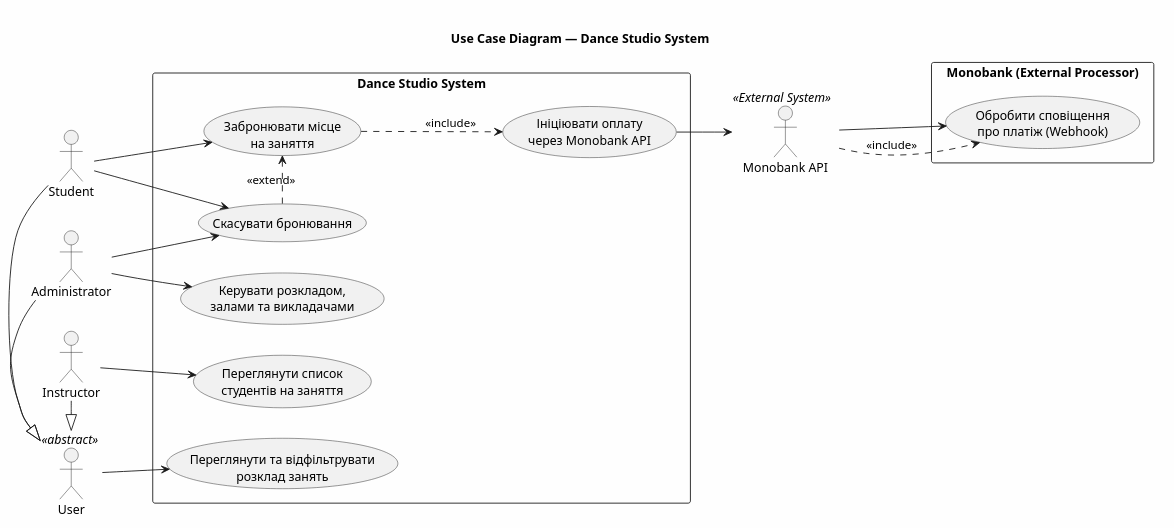
The PlantUML diagram lab2/useCaseDiagram.png in prashchukdanylo-stack/software-requirements-modeling-and-analysis, before a commit. Its source is kept beside it as lab2/useCaseDiagram.puml. The source it was exported from:
```plantuml
@startuml

skinparam actorStyle stickman
skinparam packageStyle rectangle
left to right direction
title Use Case Diagram — Dance Studio System

actor "User" as U << abstract >>
actor "Student" as S
actor "Administrator" as Admin
actor "Instructor" as Instructor
actor "Monobank API" as MonoPay << External System >>

S -|> U
Admin -|> U
Instructor -|> U

rectangle "Dance Studio System" {
  usecase "Переглянути та відфільтрувати\nрозклад занять" as UC_View
  usecase "Забронювати місце\nна заняття" as UC_Book
  usecase "Ініціювати оплату\nчерез Monobank API" as UC_Pay
  usecase "Скасувати бронювання" as UC_Cancel
  usecase "Переглянути список\nстудентів на заняття" as UC_List
  usecase "Керувати розкладом,\nзалами та викладачами" as UC_Manage
}

rectangle "Monobank (External Processor)" {
  usecase "Обробити сповіщення\nпро платіж (Webhook)" as UC_Webhook
}

U --> UC_View

S --> UC_Book
S --> UC_Cancel

Instructor --> UC_List

Admin --> UC_Manage
Admin --> UC_Cancel

MonoPay --> UC_Webhook

UC_Book ..> UC_Pay : <<include>>

UC_Pay --> MonoPay
MonoPay ..> UC_Webhook : <<include>>

UC_Cancel .> UC_Book : <<extend>>

@enduml
```
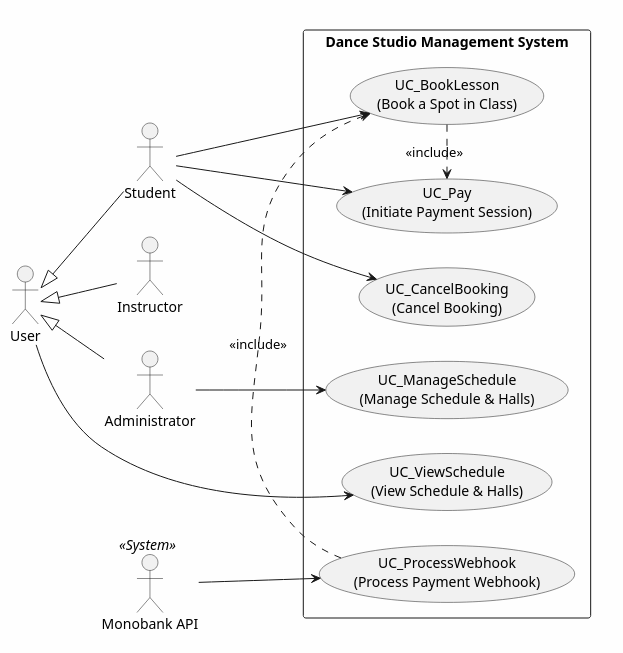
Above is the later version.

Commit message:
changed a bit traceability matrix, audit in spec; fixed problems from audit in lab1, added Administrator and Payment entities, constrained booking and payment statuses.

What changed in the source:
```diff
@@ -1,50 +1,34 @@
 @startuml
+left to right direction
+skinparam packageStyle rectangle
 
-skinparam actorStyle stickman
-skinparam packageStyle rectangle
-left to right direction
-title Use Case Diagram — Dance Studio System
+actor User as U
+actor Student as S
+actor Instructor as I
+actor Administrator as Admin
+actor "Monobank API" as Mono << System >>
 
-actor "User" as U << abstract >>
-actor "Student" as S
-actor "Administrator" as Admin
-actor "Instructor" as Instructor
-actor "Monobank API" as MonoPay << External System >>
+U <|-- S
+U <|-- I
+U <|-- Admin
 
-S -|> U
-Admin -|> U
-Instructor -|> U
+rectangle "Dance Studio Management System" {
+    usecase "UC_ViewSchedule\n(View Schedule & Halls)" as UC_View
+    usecase "UC_ManageSchedule\n(Manage Schedule & Halls)" as UC_Manage
+    usecase "UC_BookLesson\n(Book a Spot in Class)" as UC_Book
+    usecase "UC_Pay\n(Initiate Payment Session)" as UC_Pay
+    usecase "UC_CancelBooking\n(Cancel Booking)" as UC_Cancel
+    usecase "UC_ProcessWebhook\n(Process Payment Webhook)" as UC_Webhook
 
-rectangle "Dance Studio System" {
-  usecase "Переглянути та відфільтрувати\nрозклад занять" as UC_View
-  usecase "Забронювати місце\nна заняття" as UC_Book
-  usecase "Ініціювати оплату\nчерез Monobank API" as UC_Pay
-  usecase "Скасувати бронювання" as UC_Cancel
-  usecase "Переглянути список\nстудентів на заняття" as UC_List
-  usecase "Керувати розкладом,\nзалами та викладачами" as UC_Manage
+    U --> UC_View
+    Admin --> UC_Manage
+
+    S --> UC_Book
+    S --> UC_Pay
+    S --> UC_Cancel
+
+    UC_Book .> UC_Pay : <<include>>
+    UC_Webhook .> UC_Book : <<include>>
+    Mono --> UC_Webhook
 }
-
-rectangle "Monobank (External Processor)" {
-  usecase "Обробити сповіщення\nпро платіж (Webhook)" as UC_Webhook
-}
-
-U --> UC_View
-
-S --> UC_Book
-S --> UC_Cancel
-
-Instructor --> UC_List
-
-Admin --> UC_Manage
-Admin --> UC_Cancel
-
-MonoPay --> UC_Webhook
-
-UC_Book ..> UC_Pay : <<include>>
-
-UC_Pay --> MonoPay
-MonoPay ..> UC_Webhook : <<include>>
-
-UC_Cancel .> UC_Book : <<extend>>
-
 @enduml
```
